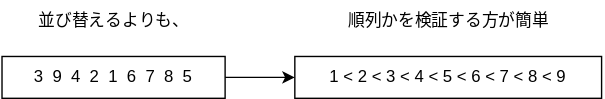
ClankPan/nova-book keeps this draw.io diagram as docs/figures/ソートの解と検証.drawio.svg. Above is the earlier version. Source tidied: cells renumbered, new cells last; positions are measured from the earlier drawing's top-left corner, leaving out a move shared by most shapes.
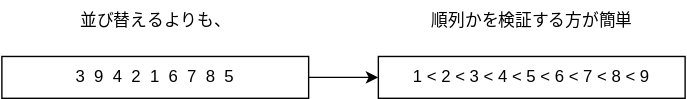
After the commit.

The edit, as a diff of the source:
```diff
@@ -3,16 +3,16 @@
     <mxCell id="0" />
     <mxCell id="1" parent="0" />
     <mxCell id="2" value="3&amp;nbsp; 9&amp;nbsp; 4&amp;nbsp; 2&amp;nbsp; 1&amp;nbsp; 6&amp;nbsp; 7&amp;nbsp; 8&amp;nbsp; 5" style="rounded=0;whiteSpace=wrap;html=1;strokeColor=#000000;fontColor=#000000;fillColor=#FFFFFF;" parent="1" vertex="1">
-      <mxGeometry y="40" width="160" height="30" as="geometry" />
+      <mxGeometry x="-60" y="40" width="220" height="30" as="geometry" />
     </mxCell>
     <mxCell id="3" value="1 &amp;lt; 2 &amp;lt; 3 &amp;lt; 4 &amp;lt; 5 &amp;lt; 6 &amp;lt; 7 &amp;lt; 8 &amp;lt; 9" style="rounded=0;whiteSpace=wrap;html=1;strokeColor=#000000;fontColor=#000000;fillColor=#FFFFFF;" parent="1" vertex="1">
       <mxGeometry x="210" y="40" width="220" height="30" as="geometry" />
     </mxCell>
-    <mxCell id="4" style="endArrow=classic;html=1;exitX=1;exitY=0.5;exitDx=0;exitDy=0;entryX=0;entryY=0.5;entryDx=0;entryDy=0;" parent="1" edge="1" source="2" target="3">
+    <mxCell id="4" style="endArrow=classic;html=1;entryX=0;entryY=0.5;entryDx=0;entryDy=0;exitX=1;exitY=0.5;exitDx=0;exitDy=0;" parent="1" edge="1" source="2" target="3">
       <mxGeometry relative="1" as="geometry" />
     </mxCell>
     <mxCell id="5" value="並び替えるよりも、" style="text;html=1;align=center;verticalAlign=middle;strokeColor=none;fillColor=none;" parent="1" vertex="1">
-      <mxGeometry x="15" width="130" height="30" as="geometry" />
+      <mxGeometry x="-15" width="130" height="30" as="geometry" />
     </mxCell>
     <mxCell id="6" value="順列かを検証する方が簡単" style="text;html=1;align=center;verticalAlign=middle;strokeColor=none;fillColor=none;" parent="1" vertex="1">
       <mxGeometry x="235" width="170" height="30" as="geometry" />
```
